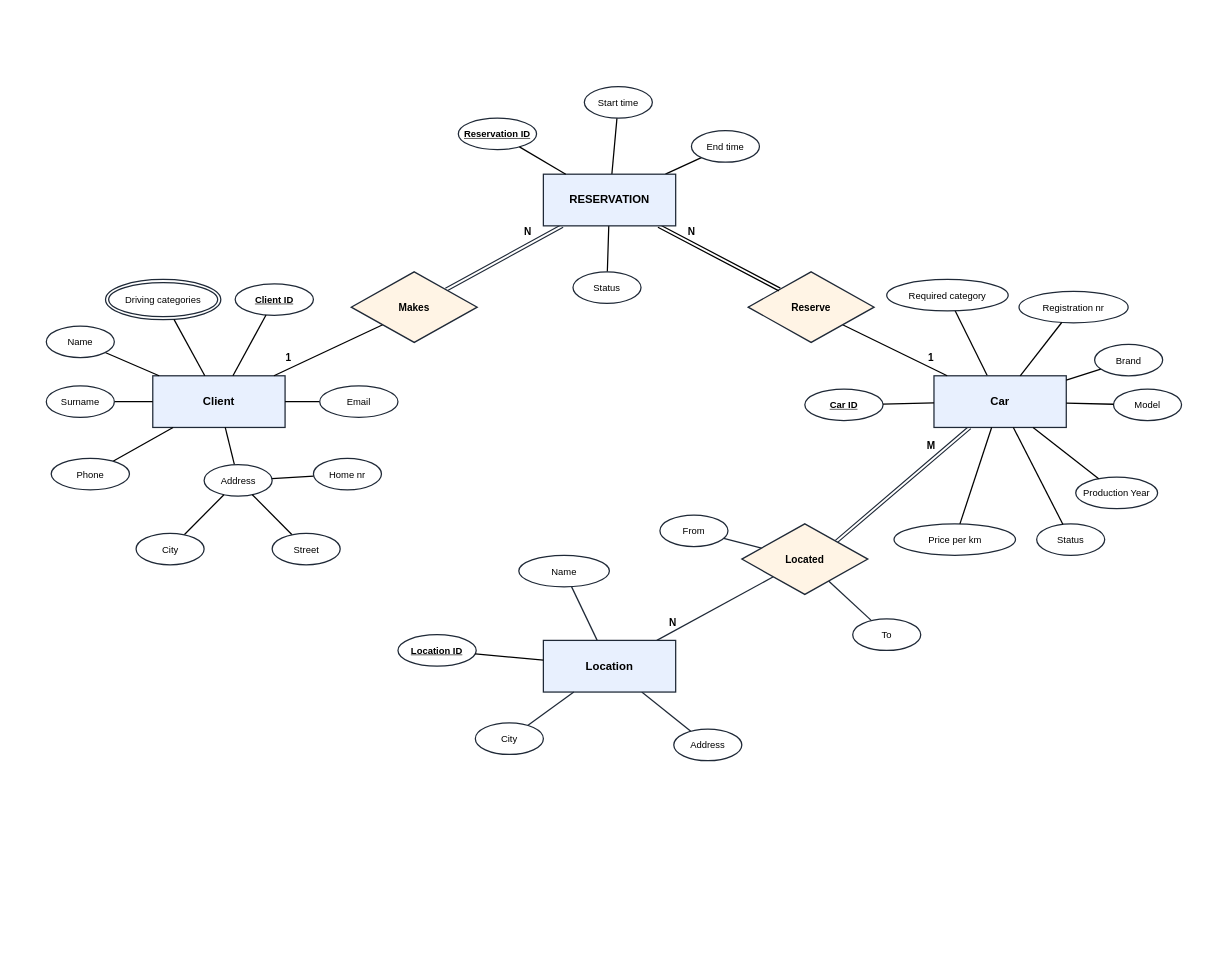
Before: 2/docs/er-model.drawio in Makar1y/DBMS, a draw.io diagram. Source tidied: cells renumbered, new cells numbered last; positions are measured from the earlier drawing's top-left corner, leaving out a move shared by most shapes. Both pictures are drawn from the tidied source at 63%, with x=0, y=0 at pixel (11, 11).
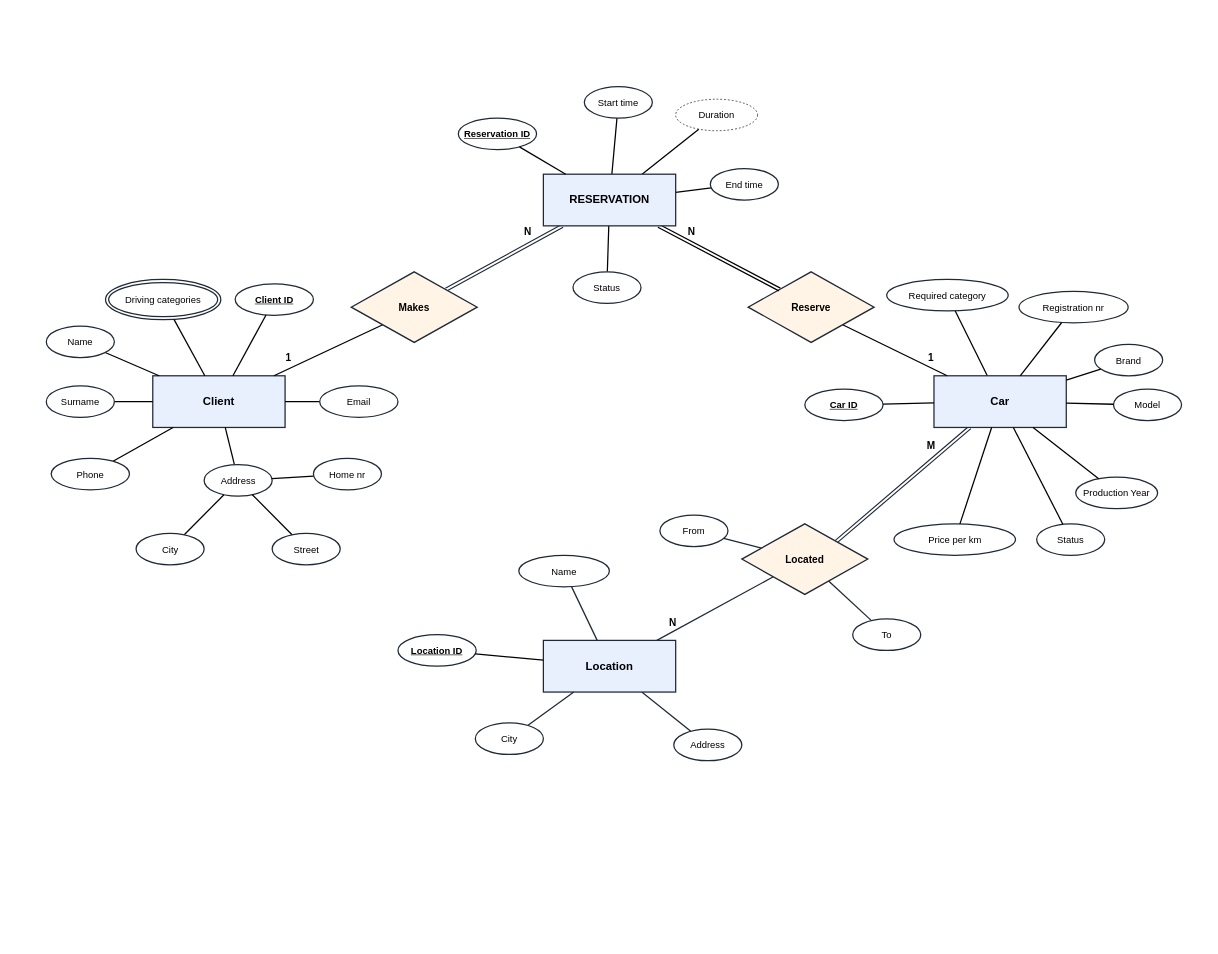
The same page after the edit.

Unchanged cells that the change refers to:
```xml
<mxCell id="53" value="RESERVATION" style="rounded=0;whiteSpace=wrap;html=1;fillColor=#e8f0fe;strokeColor=#1f2937;strokeWidth=2;fontSize=18;fontStyle=1;verticalAlign=middle;align=center;" parent="1" vertex="1">
  <mxGeometry x="845" y="259" width="210" height="82" as="geometry" />
</mxCell>
```

The edit, as a diff of the source:
```diff
@@
     <mxCell id="36" value="End time" style="ellipse;whiteSpace=wrap;html=1;fillColor=#ffffff;strokeColor=#1f2937;strokeWidth=2;fontSize=15;align=center;verticalAlign=middle;fontStyle=0;" parent="1" vertex="1">
-      <mxGeometry x="1080" y="190" width="108" height="50" as="geometry" />
+      <mxGeometry x="1110" y="250" width="108" height="50" as="geometry" />
     </mxCell>
@@
+    <mxCell id="73" style="edgeStyle=none;html=1;endArrow=none;endFill=0;strokeWidth=2;" parent="1" edge="1" source="53" target="74">
+      <mxGeometry relative="1" as="geometry" />
+    </mxCell>
@@
+    <mxCell id="74" value="Duration" style="ellipse;whiteSpace=wrap;html=1;align=center;dashed=1;fontSize=15;" parent="1" vertex="1">
+      <mxGeometry x="1055" y="140" width="130" height="50" as="geometry" />
+    </mxCell>
```
